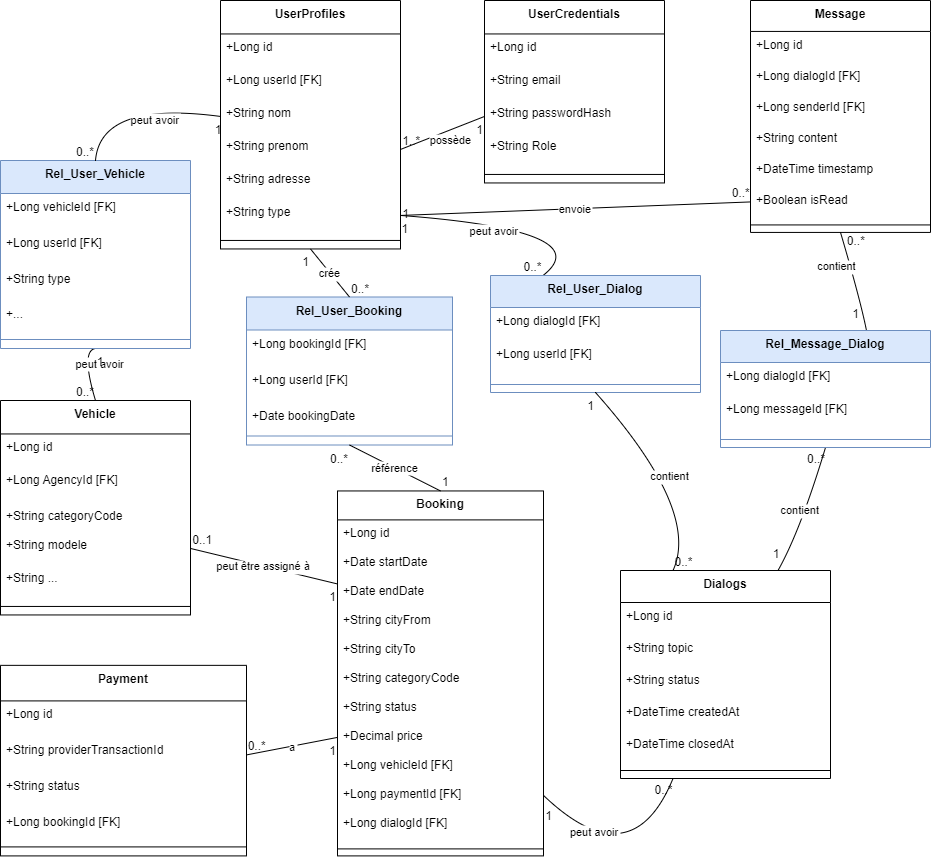
This is docs/bdd.drawio.png from TangiLC/OC_P13-YourCarYourWay, a draw.io export, as it was before one commit. Source tidied: cells renumbered, new cells last; positions are measured from the earlier drawing's top-left corner, leaving out a move shared by most shapes.
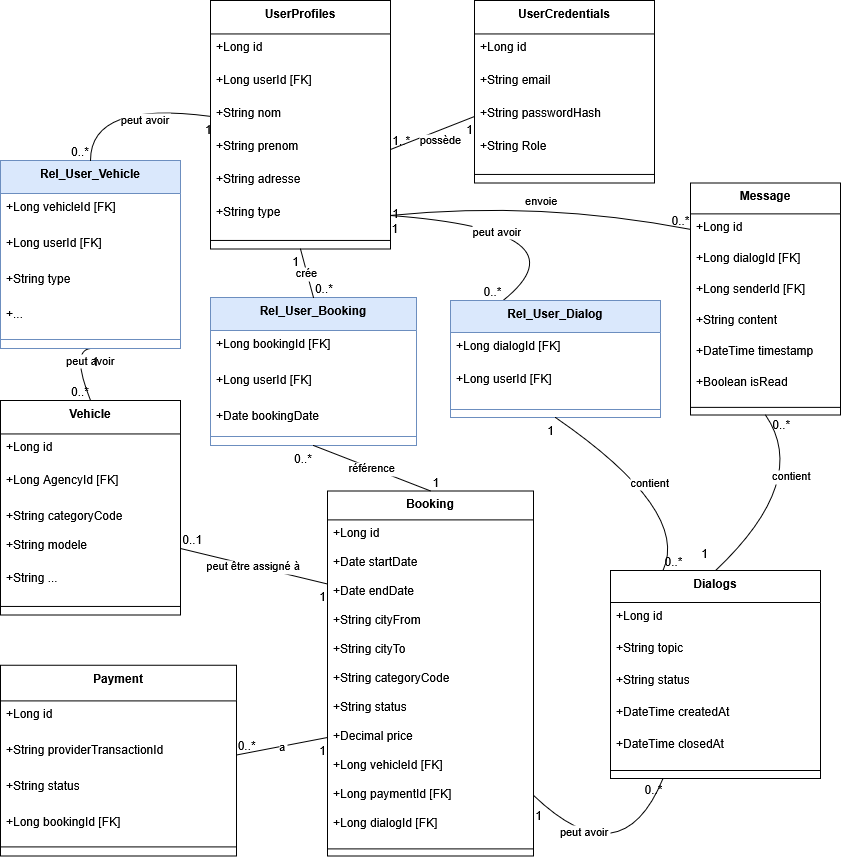
After the change.

Commit message:
Mettre à jour bdd.drawio.png

What changed in the source:
```diff
@@ -3,25 +3,25 @@
     <mxCell id="0" />
     <mxCell id="1" parent="0" />
     <mxCell id="2" value="Vehicle" style="swimlane;fontStyle=1;align=center;verticalAlign=top;horizontal=1;startSize=33.45454545454545;" parent="1" vertex="1">
-      <mxGeometry y="400" width="190" height="214.5" as="geometry" />
+      <mxGeometry x="10" y="400" width="180" height="214.5" as="geometry" />
     </mxCell>
     <mxCell id="3" value="+Long id" style="text;strokeColor=none;fillColor=none;align=left;verticalAlign=top;spacingLeft=4;spacingRight=4;overflow=hidden;" parent="2" vertex="1">
-      <mxGeometry y="33.5" width="190" height="33" as="geometry" />
+      <mxGeometry y="33.5" width="180" height="33" as="geometry" />
     </mxCell>
     <mxCell id="4" value="+Long AgencyId [FK]" style="text;strokeColor=none;fillColor=none;align=left;verticalAlign=top;spacingLeft=4;spacingRight=4;overflow=hidden;" parent="2" vertex="1">
-      <mxGeometry y="66.5" width="190" height="36" as="geometry" />
+      <mxGeometry y="66.5" width="180" height="36" as="geometry" />
     </mxCell>
     <mxCell id="5" value="+String categoryCode " style="text;strokeColor=none;fillColor=none;align=left;verticalAlign=top;spacingLeft=4;spacingRight=4;overflow=hidden;" parent="2" vertex="1">
-      <mxGeometry y="102.5" width="190" height="29" as="geometry" />
+      <mxGeometry y="102.5" width="180" height="29" as="geometry" />
     </mxCell>
     <mxCell id="6" value="+String modele" style="text;strokeColor=none;fillColor=none;align=left;verticalAlign=top;spacingLeft=4;spacingRight=4;overflow=hidden;points=[[0,0.5],[1,0.5]];portConstraint=eastwest;" parent="2" vertex="1">
-      <mxGeometry y="131.5" width="190" height="33" as="geometry" />
+      <mxGeometry y="131.5" width="180" height="33" as="geometry" />
     </mxCell>
     <mxCell id="7" value="+String ..." style="text;strokeColor=none;fillColor=none;align=left;verticalAlign=top;spacingLeft=4;spacingRight=4;overflow=hidden;" parent="2" vertex="1">
-      <mxGeometry y="164.5" width="190" height="33" as="geometry" />
+      <mxGeometry y="164.5" width="180" height="33" as="geometry" />
     </mxCell>
     <mxCell id="8" style="line;strokeWidth=1;fillColor=none;align=left;verticalAlign=middle;spacingTop=-1;spacingLeft=3;spacingRight=3;labelPosition=right;strokeColor=inherit;" parent="2" vertex="1">
-      <mxGeometry y="197.5" width="190" height="17" as="geometry" />
+      <mxGeometry y="197.5" width="180" height="17" as="geometry" />
     </mxCell>
     <mxCell id="9" value="UserCredentials" style="swimlane;fontStyle=1;align=center;verticalAlign=top;horizontal=1;startSize=33.45454545454545;" parent="1" vertex="1">
       <mxGeometry x="484" width="180" height="182.5" as="geometry" />
@@ -105,22 +105,22 @@
       <mxGeometry y="351" width="206" height="14" as="geometry" />
     </mxCell>
     <mxCell id="36" value="Payment" style="swimlane;fontStyle=1;align=center;verticalAlign=top;horizontal=1;startSize=35.55555555555556;" parent="1" vertex="1">
-      <mxGeometry y="664.9" width="246" height="190.6" as="geometry" />
+      <mxGeometry x="10" y="664.9" width="236" height="190.6" as="geometry" />
     </mxCell>
     <mxCell id="37" value="+Long id" style="text;strokeColor=none;fillColor=none;align=left;verticalAlign=top;spacingLeft=4;spacingRight=4;overflow=hidden;" parent="36" vertex="1">
-      <mxGeometry y="35.6" width="246" height="36" as="geometry" />
+      <mxGeometry y="35.6" width="236" height="36" as="geometry" />
     </mxCell>
     <mxCell id="38" value="+String providerTransactionId" style="text;strokeColor=none;fillColor=none;align=left;verticalAlign=top;spacingLeft=4;spacingRight=4;overflow=hidden;points=[[0,0.5],[1,0.5]];portConstraint=eastwest;" parent="36" vertex="1">
-      <mxGeometry y="71.6" width="246" height="36" as="geometry" />
+      <mxGeometry y="71.6" width="236" height="36" as="geometry" />
     </mxCell>
     <mxCell id="39" value="+String status" style="text;strokeColor=none;fillColor=none;align=left;verticalAlign=top;spacingLeft=4;spacingRight=4;overflow=hidden;" parent="36" vertex="1">
-      <mxGeometry y="107.6" width="246" height="36" as="geometry" />
+      <mxGeometry y="107.6" width="236" height="36" as="geometry" />
     </mxCell>
     <mxCell id="40" value="+Long bookingId [FK]" style="text;strokeColor=none;fillColor=none;align=left;verticalAlign=top;spacingLeft=4;spacingRight=4;overflow=hidden;" parent="36" vertex="1">
-      <mxGeometry y="143.6" width="246" height="29" as="geometry" />
+      <mxGeometry y="143.6" width="236" height="29" as="geometry" />
     </mxCell>
     <mxCell id="41" style="line;strokeWidth=1;fillColor=none;align=left;verticalAlign=middle;spacingTop=-1;spacingLeft=3;spacingRight=3;labelPosition=right;strokeColor=inherit;" parent="36" vertex="1">
-      <mxGeometry y="172.6" width="246" height="18" as="geometry" />
+      <mxGeometry y="172.6" width="236" height="18" as="geometry" />
     </mxCell>
     <mxCell id="42" value="Dialogs" style="swimlane;fontStyle=1;align=center;verticalAlign=top;horizontal=1;startSize=32;" parent="1" vertex="1">
       <mxGeometry x="620" y="570" width="210" height="208" as="geometry" />
@@ -144,31 +144,31 @@
       <mxGeometry y="192" width="210" height="16" as="geometry" />
     </mxCell>
     <mxCell id="49" value="Message" style="swimlane;fontStyle=1;align=center;verticalAlign=top;horizontal=1;startSize=30.933333333333334;" parent="1" vertex="1">
-      <mxGeometry x="750" width="180" height="231.9" as="geometry" />
+      <mxGeometry x="700" y="182.4" width="150" height="231.9" as="geometry" />
     </mxCell>
     <mxCell id="50" value="+Long id" style="text;strokeColor=none;fillColor=none;align=left;verticalAlign=top;spacingLeft=4;spacingRight=4;overflow=hidden;points=[[0,0.5],[1,0.5]];portConstraint=eastwest;" parent="49" vertex="1">
-      <mxGeometry y="30.9" width="180" height="31" as="geometry" />
+      <mxGeometry y="30.9" width="150" height="31" as="geometry" />
     </mxCell>
     <mxCell id="51" value="+Long dialogId [FK]" style="text;strokeColor=none;fillColor=none;align=left;verticalAlign=top;spacingLeft=4;spacingRight=4;overflow=hidden;" parent="49" vertex="1">
-      <mxGeometry y="61.9" width="180" height="31" as="geometry" />
+      <mxGeometry y="61.9" width="150" height="31" as="geometry" />
     </mxCell>
     <mxCell id="52" value="+Long senderId [FK]" style="text;strokeColor=none;fillColor=none;align=left;verticalAlign=top;spacingLeft=4;spacingRight=4;overflow=hidden;" parent="49" vertex="1">
-      <mxGeometry y="92.9" width="180" height="31" as="geometry" />
+      <mxGeometry y="92.9" width="150" height="31" as="geometry" />
     </mxCell>
     <mxCell id="53" value="+String content" style="text;strokeColor=none;fillColor=none;align=left;verticalAlign=top;spacingLeft=4;spacingRight=4;overflow=hidden;" parent="49" vertex="1">
-      <mxGeometry y="123.9" width="180" height="31" as="geometry" />
+      <mxGeometry y="123.9" width="150" height="31" as="geometry" />
     </mxCell>
     <mxCell id="54" value="+DateTime timestamp" style="text;strokeColor=none;fillColor=none;align=left;verticalAlign=top;spacingLeft=4;spacingRight=4;overflow=hidden;" parent="49" vertex="1">
-      <mxGeometry y="154.9" width="180" height="31" as="geometry" />
+      <mxGeometry y="154.9" width="150" height="31" as="geometry" />
     </mxCell>
     <mxCell id="55" value="+Boolean isRead" style="text;strokeColor=none;fillColor=none;align=left;verticalAlign=top;spacingLeft=4;spacingRight=4;overflow=hidden;points=[[0,0.5],[1,0.5]];portConstraint=eastwest;" parent="49" vertex="1">
-      <mxGeometry y="185.9" width="180" height="31" as="geometry" />
+      <mxGeometry y="185.9" width="150" height="31" as="geometry" />
     </mxCell>
     <mxCell id="56" style="line;strokeWidth=1;fillColor=none;align=left;verticalAlign=middle;spacingTop=-1;spacingLeft=3;spacingRight=3;labelPosition=right;strokeColor=inherit;" parent="49" vertex="1">
-      <mxGeometry y="216.9" width="180" height="15" as="geometry" />
+      <mxGeometry y="216.9" width="150" height="15" as="geometry" />
     </mxCell>
     <mxCell id="57" value="Rel_User_Booking" style="swimlane;fontStyle=1;align=center;verticalAlign=top;horizontal=1;startSize=33;fillColor=#dae8fc;strokeColor=#6c8ebf;" parent="1" vertex="1">
-      <mxGeometry x="246" y="296.5" width="206" height="148" as="geometry" />
+      <mxGeometry x="220" y="297" width="206" height="148" as="geometry" />
     </mxCell>
     <mxCell id="58" value="+Long bookingId [FK]" style="text;strokeColor=none;fillColor=none;align=left;verticalAlign=top;spacingLeft=4;spacingRight=4;overflow=hidden;" parent="57" vertex="1">
       <mxGeometry y="33" width="206" height="36" as="geometry" />
@@ -227,8 +227,12 @@
     <mxCell id="76" value="0..1" style="edgeLabel;labelBackgroundColor=none;fontSize=12;align=left;verticalAlign=bottom;" parent="74" vertex="1">
       <mxGeometry x="1" relative="1" as="geometry" />
     </mxCell>
-    <mxCell id="77" value="envoie" style="curved=1;startArrow=none;endArrow=none;exitX=1;exitY=0.5;entryX=0;entryY=0.5;rounded=0;entryDx=0;entryDy=0;exitDx=0;exitDy=0;" parent="1" edge="1" source="21" target="55">
-      <mxGeometry relative="1" as="geometry" />
+    <mxCell id="77" value="envoie" style="curved=1;startArrow=none;endArrow=none;exitX=1;exitY=0.5;entryX=0;entryY=0.5;rounded=0;entryDx=0;entryDy=0;exitDx=0;exitDy=0;" parent="1" edge="1" source="21" target="50">
+      <mxGeometry relative="1" as="geometry">
+        <Array as="points">
+          <mxPoint x="550" y="200" />
+        </Array>
+      </mxGeometry>
     </mxCell>
     <mxCell id="78" value="1" style="edgeLabel;labelBackgroundColor=none;fontSize=12;align=right;verticalAlign=top;" parent="77" vertex="1">
       <mxGeometry x="-1" relative="1" as="geometry">
@@ -240,23 +244,6 @@
         <mxPoint x="-20" as="offset" />
       </mxGeometry>
     </mxCell>
-    <mxCell id="80" value="contient" style="curved=1;startArrow=none;endArrow=none;rounded=0;entryX=0.5;entryY=1;entryDx=0;entryDy=0;exitX=0.75;exitY=0;exitDx=0;exitDy=0;" parent="1" edge="1" source="42" target="99">
-      <mxGeometry x="-0.02" y="6" relative="1" as="geometry">
-        <Array as="points">
-          <mxPoint x="800" y="530" />
-        </Array>
-      </mxGeometry>
-    </mxCell>
-    <mxCell id="81" value="1" style="edgeLabel;labelBackgroundColor=none;fontSize=12;align=right;verticalAlign=top;" parent="80" vertex="1">
-      <mxGeometry x="-1" relative="1" as="geometry">
-        <mxPoint x="3" y="-30" as="offset" />
-      </mxGeometry>
-    </mxCell>
-    <mxCell id="82" value="0..*" style="edgeLabel;labelBackgroundColor=none;fontSize=12;align=left;verticalAlign=bottom;" parent="80" vertex="1">
-      <mxGeometry x="1" relative="1" as="geometry">
-        <mxPoint x="-20" y="20" as="offset" />
-      </mxGeometry>
-    </mxCell>
     <mxCell id="83" value="peut avoir" style="curved=1;startArrow=none;endArrow=none;exitX=0.25;exitY=0;entryX=1;entryY=0.5;rounded=0;exitDx=0;exitDy=0;entryDx=0;entryDy=0;" parent="1" edge="1" source="89" target="21">
       <mxGeometry x="0.31" y="8" relative="1" as="geometry">
         <Array as="points">
@@ -288,7 +275,7 @@
       </mxGeometry>
     </mxCell>
     <mxCell id="89" value="Rel_User_Dialog" style="swimlane;fontStyle=1;align=center;verticalAlign=top;horizontal=1;startSize=32;fillColor=#dae8fc;strokeColor=#6c8ebf;" parent="1" vertex="1">
-      <mxGeometry x="490" y="275" width="210" height="117" as="geometry" />
+      <mxGeometry x="460" y="300" width="210" height="117" as="geometry" />
     </mxCell>
     <mxCell id="90" value="+Long dialogId [FK]" style="text;strokeColor=none;fillColor=none;align=left;verticalAlign=top;spacingLeft=4;spacingRight=4;overflow=hidden;" parent="89" vertex="1">
       <mxGeometry y="32" width="210" height="33" as="geometry" />
@@ -325,22 +312,10 @@
     <mxCell id="98" value="1" style="edgeLabel;labelBackgroundColor=none;fontSize=12;align=left;verticalAlign=top;" parent="96" vertex="1">
       <mxGeometry x="1" relative="1" as="geometry" />
     </mxCell>
-    <mxCell id="99" value="Rel_Message_Dialog" style="swimlane;fontStyle=1;align=center;verticalAlign=top;horizontal=1;startSize=32;fillColor=#dae8fc;strokeColor=#6c8ebf;" parent="1" vertex="1">
-      <mxGeometry x="720" y="330" width="210" height="117" as="geometry" />
-    </mxCell>
-    <mxCell id="100" value="+Long dialogId [FK]" style="text;strokeColor=none;fillColor=none;align=left;verticalAlign=top;spacingLeft=4;spacingRight=4;overflow=hidden;" parent="99" vertex="1">
-      <mxGeometry y="32" width="210" height="33" as="geometry" />
-    </mxCell>
-    <mxCell id="101" value="+Long messageId [FK]" style="text;strokeColor=none;fillColor=none;align=left;verticalAlign=top;spacingLeft=4;spacingRight=4;overflow=hidden;" parent="99" vertex="1">
-      <mxGeometry y="65" width="210" height="36" as="geometry" />
-    </mxCell>
-    <mxCell id="102" style="line;strokeWidth=1;fillColor=none;align=left;verticalAlign=middle;spacingTop=-1;spacingLeft=3;spacingRight=3;labelPosition=right;strokeColor=inherit;" parent="99" vertex="1">
-      <mxGeometry y="101" width="210" height="16" as="geometry" />
-    </mxCell>
-    <mxCell id="103" value="contient" style="curved=1;startArrow=none;endArrow=none;entryX=0.5;entryY=1;rounded=0;entryDx=0;entryDy=0;exitX=0.695;exitY=0;exitDx=0;exitDy=0;exitPerimeter=0;" parent="1" edge="1" source="99" target="49">
+    <mxCell id="103" value="contient" style="curved=1;startArrow=none;endArrow=none;entryX=0.5;entryY=1;rounded=0;entryDx=0;entryDy=0;exitX=0.5;exitY=0;exitDx=0;exitDy=0;" parent="1" edge="1" source="42" target="49">
       <mxGeometry x="0.38" y="13" relative="1" as="geometry">
         <Array as="points">
-          <mxPoint x="860" y="300" />
+          <mxPoint x="820" y="480" />
         </Array>
       </mxGeometry>
     </mxCell>
@@ -355,22 +330,22 @@
       </mxGeometry>
     </mxCell>
     <mxCell id="106" value="Rel_User_Vehicle" style="swimlane;fontStyle=1;align=center;verticalAlign=top;horizontal=1;startSize=33;fillColor=#dae8fc;strokeColor=#6c8ebf;" parent="1" vertex="1">
-      <mxGeometry y="160" width="190" height="188" as="geometry" />
+      <mxGeometry x="10" y="160" width="180" height="188" as="geometry" />
     </mxCell>
     <mxCell id="107" value="+Long vehicleId [FK]" style="text;strokeColor=none;fillColor=none;align=left;verticalAlign=top;spacingLeft=4;spacingRight=4;overflow=hidden;" parent="106" vertex="1">
-      <mxGeometry y="33" width="190" height="36" as="geometry" />
+      <mxGeometry y="33" width="180" height="36" as="geometry" />
     </mxCell>
     <mxCell id="108" value="+Long userId [FK]" style="text;strokeColor=none;fillColor=none;align=left;verticalAlign=top;spacingLeft=4;spacingRight=4;overflow=hidden;" parent="106" vertex="1">
-      <mxGeometry y="69" width="190" height="36" as="geometry" />
+      <mxGeometry y="69" width="180" height="36" as="geometry" />
     </mxCell>
     <mxCell id="109" value="+String type" style="text;strokeColor=none;fillColor=none;align=left;verticalAlign=top;spacingLeft=4;spacingRight=4;overflow=hidden;" parent="106" vertex="1">
-      <mxGeometry y="105" width="190" height="35" as="geometry" />
+      <mxGeometry y="105" width="180" height="35" as="geometry" />
     </mxCell>
     <mxCell id="110" value="+..." style="text;strokeColor=none;fillColor=none;align=left;verticalAlign=top;spacingLeft=4;spacingRight=4;overflow=hidden;" parent="106" vertex="1">
-      <mxGeometry y="140" width="190" height="30" as="geometry" />
+      <mxGeometry y="140" width="180" height="30" as="geometry" />
     </mxCell>
     <mxCell id="111" style="line;strokeWidth=1;fillColor=none;align=left;verticalAlign=middle;spacingTop=-1;spacingLeft=3;spacingRight=3;labelPosition=right;strokeColor=inherit;" parent="106" vertex="1">
-      <mxGeometry y="170" width="190" height="18" as="geometry" />
+      <mxGeometry y="170" width="180" height="18" as="geometry" />
     </mxCell>
     <mxCell id="112" value="peut avoir" style="curved=1;startArrow=none;endArrow=none;exitX=0.5;exitY=0;entryX=0;entryY=0.5;rounded=0;exitDx=0;exitDy=0;entryDx=0;entryDy=0;" parent="1" edge="1" source="106" target="18">
       <mxGeometry x="0.29" y="-12" relative="1" as="geometry">
```
